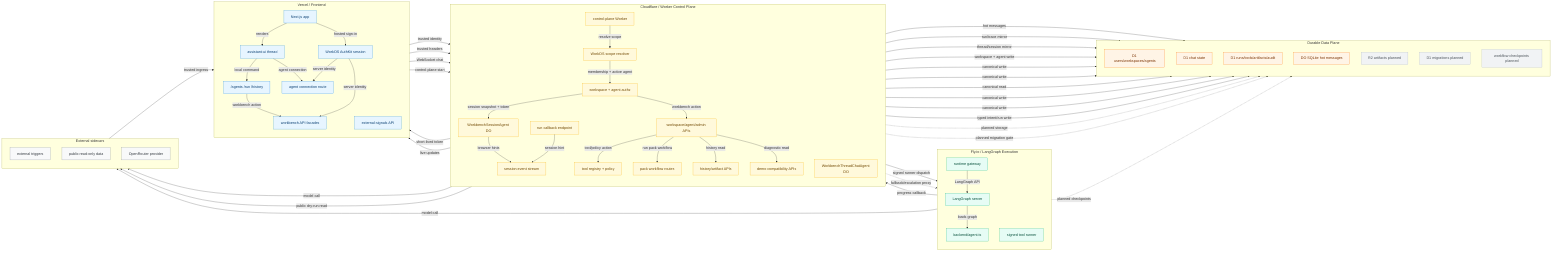
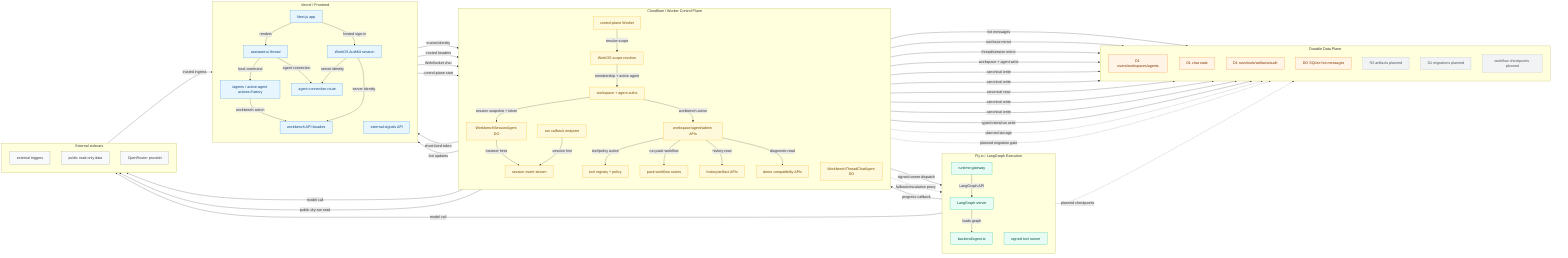
flowchart LR
  %% Assistant-mk1 current hosted implementation topology.
  %% Four-pillar source for paste-into-Excalidraw rendering.

  classDef vercel fill:#e7f5ff,stroke:#228be6,color:#0b4073
  classDef cloudflare fill:#fff9db,stroke:#fab005,color:#704800
  classDef fly fill:#e6fcf5,stroke:#12b886,color:#064f3a
  classDef data fill:#fff4e6,stroke:#fd7e14,color:#7a3300
  classDef sidecar fill:#f8f9fa,stroke:#868e96,color:#343a40
  classDef planned fill:#f1f3f5,stroke:#adb5bd,color:#495057

  subgraph sg_vercel["Vercel / Frontend"]
    direction TB
    nextApp["Next.js app"]
    authKit["WorkOS AuthKit session"]
    assistantUi["assistant-ui thread"]
-     slashSurfaces["/agents /run /history"]
+     slashSurfaces["/agents / active-agent actions /history"]
    agentConnection["agent connection route"]
    signalApi["external-signals API"]
    workbenchApi["workbench API facades"]
  end

  subgraph sg_cf["Cloudflare / Worker Control Plane"]
    direction TB
    worker["control-plane Worker"]
    scopeResolver["WorkOS scope resolver"]
    authz["workspace + agent authz"]
    sessionAgent["WorkbenchSessionAgent DO"]
    threadAgent["WorkbenchThreadChatAgent DO"]
    workbenchControl["workspace/agent/admin APIs"]
    packWorkflows["pack workflow routes"]
    toolPolicy["tool registry + policy"]
    historyApi["history/artifact APIs"]
    sessionEvents["session event stream"]
    callback["run callback endpoint"]
    demoRuns["demo compatibility APIs"]
  end

  subgraph sg_fly["Fly.io / LangGraph Execution"]
    direction TB
    gateway["runtime gateway"]
    langgraph["LangGraph server"]
    agentGraph["backend/agent.ts"]
    runner["signed tool runner"]
  end

  subgraph sg_data["Durable Data Plane"]
    direction TB
    d1Identity["D1 users/workspaces/agents"]
    d1Chat["D1 chat state"]
    d1Control["D1 runs/tools/artifacts/audit"]
    durableObject["DO SQLite hot messages"]
    r2["R2 artifacts planned"]
    migrations["D1 migrations planned"]
    workflowState["workflow checkpoints planned"]
  end

  subgraph sg_sidecar["External sidecars"]
    direction TB
    externalTriggers["external triggers"]
    readonlySources["public read-only data"]
    openrouter["OpenRouter provider"]
  end

  nextApp -- "renders" --> assistantUi
  nextApp -- "hosted sign-in" --> authKit
  assistantUi -- "local command" --> slashSurfaces
  slashSurfaces -- "workbench action" --> workbenchApi
  assistantUi -- "agent connection" --> agentConnection
  authKit -- "server identity" --> agentConnection
  authKit -- "server identity" --> workbenchApi
  agentConnection -- "trusted identity" --> worker
  workbenchApi -- "trusted headers" --> worker
  worker -- "resolve scope" --> scopeResolver
  scopeResolver -- "membership + active agent" --> authz
  authz -- "session snapshot + token" --> sessionAgent
  authz -- "workbench action" --> workbenchControl
  sessionAgent -- "short-lived token" --> agentConnection
  assistantUi -- "WebSocket chat" --> threadAgent
  threadAgent -- "model call" --> openrouter
  threadAgent -- "hot messages" --> durableObject
  threadAgent -- "run/trace mirror" --> d1Control
  sessionAgent -- "thread/session mirror" --> d1Chat
  sessionAgent -- "browser hints" --> sessionEvents
  sessionEvents -- "live updates" --> assistantUi

  workbenchControl -- "workspace + agent write" --> d1Identity
  workbenchControl -- "tool/policy action" --> toolPolicy
  workbenchControl -- "run pack workflow" --> packWorkflows
  workbenchControl -- "history read" --> historyApi
  packWorkflows -- "public dry-run read" --> readonlySources
  packWorkflows -- "canonical write" --> d1Control
  toolPolicy -- "canonical write" --> d1Control
  historyApi -- "canonical read" --> d1Control
  toolPolicy -- "signed runner dispatch" --> runner
  runner -- "progress callback" --> callback
  callback -- "canonical write" --> d1Control
  callback -- "session hint" --> sessionEvents
  workbenchControl -- "diagnostic read" --> demoRuns
  demoRuns -- "canonical write" --> d1Control

  externalTriggers -- "trusted ingress" --> signalApi
  signalApi -- "control-plane start" --> worker
  worker -- "typed intent/run write" --> d1Control
  worker -. "fallback/escalation proxy" .-> gateway
  gateway -- "LangGraph API" --> langgraph
  langgraph -- "loads graph" --> agentGraph
  agentGraph -- "model call" --> openrouter

  worker -. "planned storage" .-> r2
  worker -. "planned migration gate" .-> migrations
  langgraph -. "planned checkpoints" .-> workflowState

  class nextApp,authKit,assistantUi,slashSurfaces,agentConnection,signalApi,workbenchApi vercel
  class worker,scopeResolver,authz,sessionAgent,threadAgent,workbenchControl,packWorkflows,toolPolicy,historyApi,sessionEvents,callback,demoRuns cloudflare
  class gateway,langgraph,agentGraph,runner fly
  class d1Identity,d1Chat,d1Control,durableObject data
  class r2,migrations,workflowState planned
  class externalTriggers,readonlySources,openrouter sidecar
